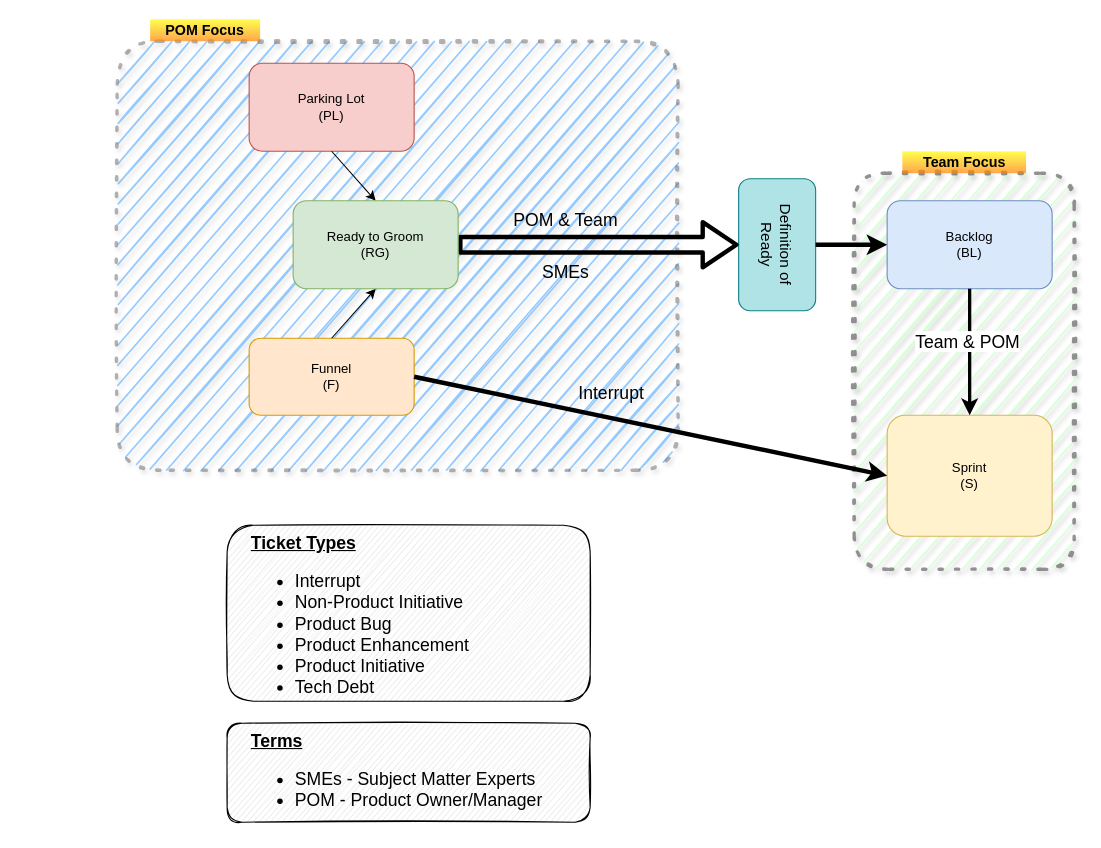
This is architecture/Untitled Diagram.drawio from slmingol/diagram_assets, a draw.io file, before an edit. Source tidied: cells renumbered, new cells numbered last; positions are measured from the earlier drawing's top-left corner, leaving out a move shared by most shapes. Both pictures are drawn from the tidied source at 110%, with x=0, y=0 at pixel (117, 19).
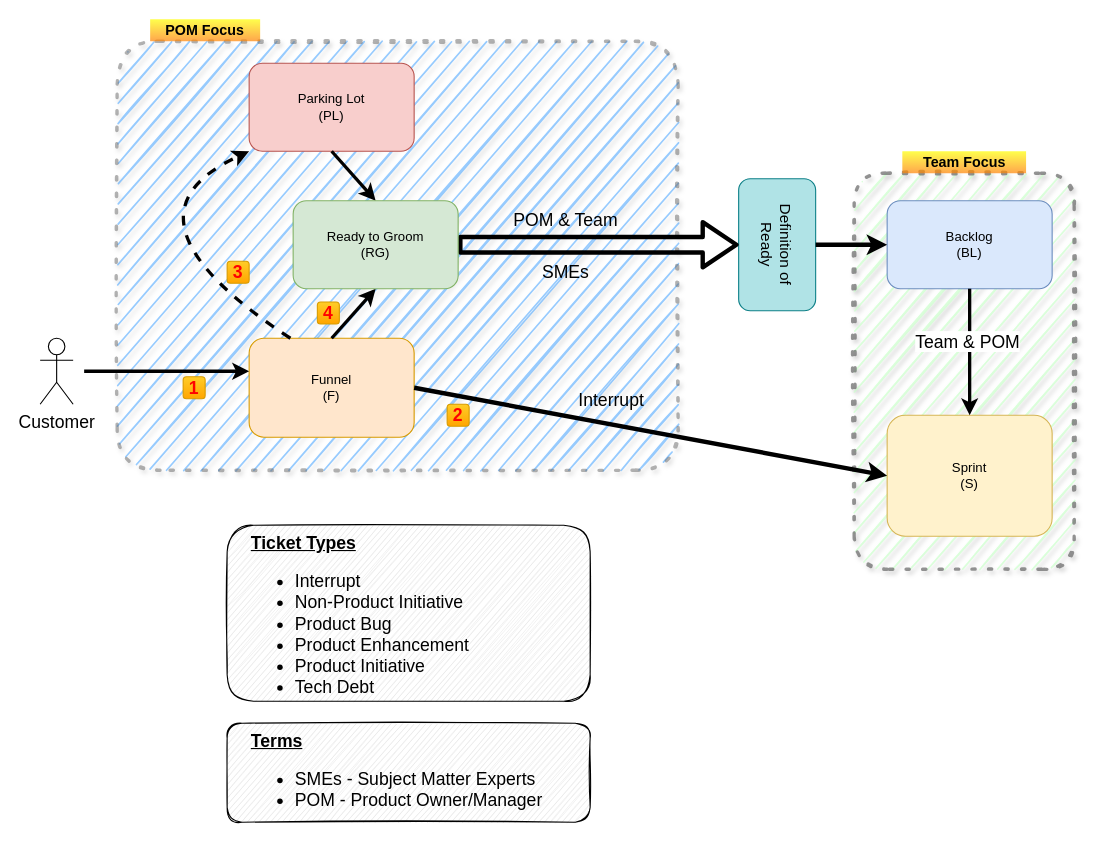
Above is the later version.

Unchanged cells that the change refers to:
```xml
<mxCell id="4" value="Parking Lot&lt;br&gt;(PL)" style="rounded=1;whiteSpace=wrap;html=1;fillColor=#f8cecc;strokeColor=#b85450;" parent="1" vertex="1">
  <mxGeometry x="120" y="40" width="150" height="80" as="geometry" />
</mxCell>
<mxCell id="20" value="Ready to Groom&lt;br&gt;(RG)" style="rounded=1;whiteSpace=wrap;html=1;fillColor=#d5e8d4;strokeColor=#82b366;" parent="1" vertex="1">
  <mxGeometry x="160" y="165" width="150" height="80" as="geometry" />
</mxCell>
```

Change to the diagram source:
```diff
@@
-    <mxCell id="5" value="Funnel&lt;br&gt;(F)" style="rounded=1;whiteSpace=wrap;html=1;fillColor=#ffe6cc;strokeColor=#d79b00;" parent="1" vertex="1">
-      <mxGeometry x="120" y="290" width="150" height="70" as="geometry" />
+    <mxCell id="5" value="Funnel&lt;br&gt;(F)" style="rounded=1;whiteSpace=wrap;html=1;fillColor=#ffe6cc;strokeColor=#d79b00;verticalAlign=middle;" parent="1" vertex="1">
+      <mxGeometry x="120" y="290" width="150" height="90" as="geometry" />
     </mxCell>
-    <mxCell id="6" style="endArrow=classic;html=1;entryX=0.5;entryY=0;entryDx=0;entryDy=0;exitX=0.5;exitY=1;exitDx=0;exitDy=0;" parent="1" edge="1" source="4" target="20">
+    <mxCell id="6" style="endArrow=classic;html=1;entryX=0.5;entryY=0;entryDx=0;entryDy=0;exitX=0.5;exitY=1;exitDx=0;exitDy=0;strokeWidth=3;" parent="1" edge="1" source="4" target="20">
       <mxGeometry relative="1" as="geometry" />
     </mxCell>
-    <mxCell id="7" style="endArrow=classic;html=1;entryX=0.5;entryY=1;entryDx=0;entryDy=0;exitX=0.5;exitY=0;exitDx=0;exitDy=0;" parent="1" edge="1" source="5" target="20">
+    <mxCell id="7" style="endArrow=classic;html=1;entryX=0.5;entryY=1;entryDx=0;entryDy=0;exitX=0.5;exitY=0;exitDx=0;exitDy=0;strokeWidth=3;" parent="1" edge="1" source="5" target="20">
       <mxGeometry relative="1" as="geometry" />
     </mxCell>
@@
+    <mxCell id="24" style="endArrow=classic;html=1;strokeColor=#000000;strokeWidth=3;fontSize=16;" parent="1" edge="1">
+      <mxGeometry relative="1" as="geometry">
+        <mxPoint x="-30" y="320" as="sourcePoint" />
+        <mxPoint x="120" y="320" as="targetPoint" />
+      </mxGeometry>
+    </mxCell>
+    <mxCell id="25" value="Customer" style="shape=umlActor;verticalLabelPosition=bottom;verticalAlign=top;html=1;rounded=1;fillColor=none;fontSize=16;" parent="1" vertex="1">
+      <mxGeometry x="-70" y="290" width="30" height="60" as="geometry" />
+    </mxCell>
+    <mxCell id="26" style="endArrow=classic;html=1;strokeColor=#000000;strokeWidth=3;fontSize=16;entryX=0;entryY=1;entryDx=0;entryDy=0;curved=1;dashed=1;exitX=0.25;exitY=0;exitDx=0;exitDy=0;" parent="1" edge="1" source="5" target="4">
+      <mxGeometry relative="1" as="geometry">
+        <Array as="points">
+          <mxPoint x="-10" y="180" />
+        </Array>
+      </mxGeometry>
+    </mxCell>
+    <mxCell id="27" value="&lt;font color=&quot;#ff0000&quot;&gt;2&lt;/font&gt;" style="text;html=1;fillColor=#ffcd28;align=center;verticalAlign=middle;whiteSpace=wrap;rounded=1;fontSize=16;fontStyle=1;strokeColor=#d79b00;gradientColor=#ffa500;fontColor=#990000;" parent="1" vertex="1">
+      <mxGeometry x="300" y="350" width="20" height="20" as="geometry" />
+    </mxCell>
+    <mxCell id="28" value="&lt;font color=&quot;#ff0000&quot;&gt;3&lt;/font&gt;" style="text;html=1;fillColor=#ffcd28;align=center;verticalAlign=middle;whiteSpace=wrap;rounded=1;fontSize=16;fontStyle=1;strokeColor=#d79b00;gradientColor=#ffa500;fontColor=#990000;" parent="1" vertex="1">
+      <mxGeometry x="100" y="220" width="20" height="20" as="geometry" />
+    </mxCell>
+    <mxCell id="29" value="&lt;font color=&quot;#ff0000&quot;&gt;4&lt;/font&gt;" style="text;html=1;fillColor=#ffcd28;align=center;verticalAlign=middle;whiteSpace=wrap;rounded=1;fontSize=16;fontStyle=1;strokeColor=#d79b00;gradientColor=#ffa500;fontColor=#990000;" parent="1" vertex="1">
+      <mxGeometry x="182" y="257" width="20" height="20" as="geometry" />
+    </mxCell>
+    <mxCell id="30" value="&lt;font color=&quot;#ff0000&quot;&gt;1&lt;/font&gt;" style="text;html=1;fillColor=#ffcd28;align=center;verticalAlign=middle;whiteSpace=wrap;rounded=1;fontSize=16;fontStyle=1;strokeColor=#d79b00;gradientColor=#ffa500;fontColor=#990000;" parent="1" vertex="1">
+      <mxGeometry x="60" y="325" width="20" height="20" as="geometry" />
+    </mxCell>
```
